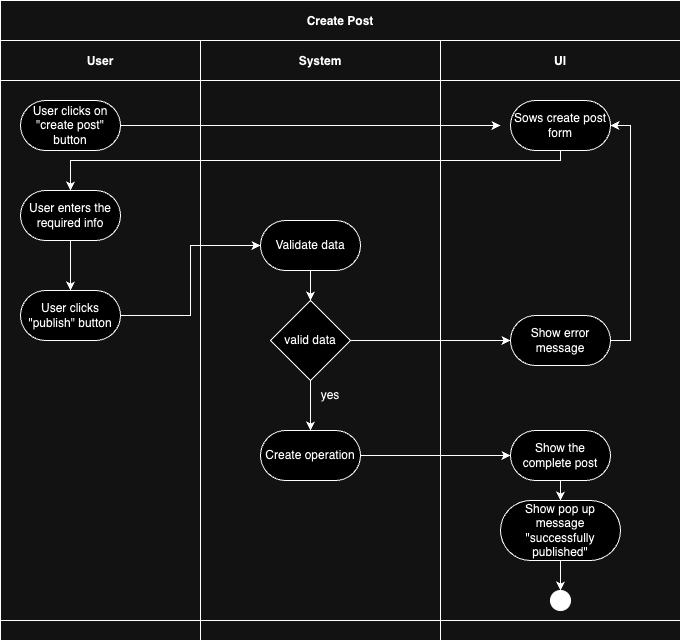
The draw.io diagram Assets/Create post drawio.drawio.png in millisom/GluGuide, before a commit. Source tidied: cells renumbered, new cells last; positions are measured from the earlier drawing's top-left corner, leaving out a move shared by most shapes.
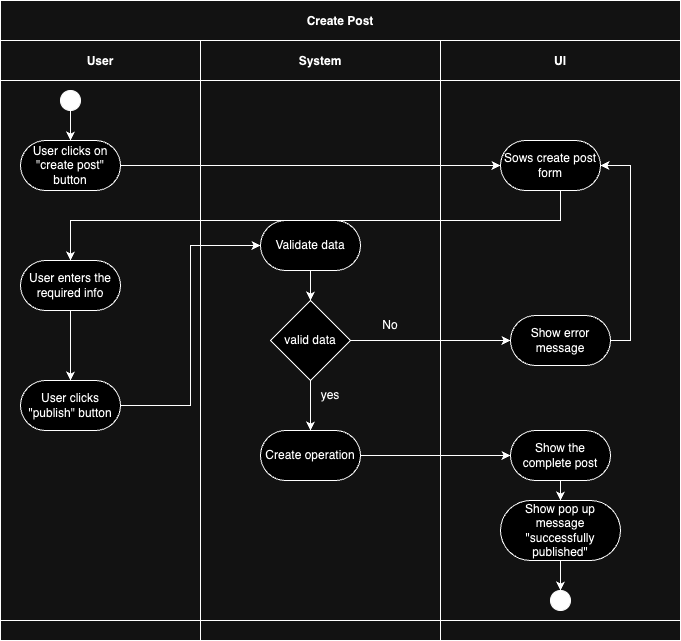
The same file after the commit.

The edit, as a diff of the source:
```diff
@@ -12,17 +12,23 @@
       <mxGeometry width="200" height="580" as="geometry" />
     </mxCell>
     <mxCell id="5" value="User clicks on &quot;create post&quot; button" style="rounded=1;whiteSpace=wrap;html=1;arcSize=50;" parent="4" vertex="1">
-      <mxGeometry x="20" y="60" width="100" height="50" as="geometry" />
+      <mxGeometry x="20" y="100" width="100" height="50" as="geometry" />
     </mxCell>
     <mxCell id="6" style="edgeStyle=orthogonalEdgeStyle;rounded=0;jettySize=auto;html=1;" parent="4" edge="1" source="7" target="8">
       <mxGeometry relative="1" as="geometry" />
     </mxCell>
     <mxCell id="7" value="User enters the required info" style="rounded=1;whiteSpace=wrap;html=1;arcSize=50;" parent="4" vertex="1">
-      <mxGeometry x="20" y="150" width="100" height="50" as="geometry" />
+      <mxGeometry x="20" y="220" width="100" height="50" as="geometry" />
     </mxCell>
     <mxCell id="8" value="User clicks &quot;publish&quot; button" style="rounded=1;whiteSpace=wrap;html=1;arcSize=50;" parent="4" vertex="1">
-      <mxGeometry x="20" y="250" width="100" height="50" as="geometry" />
+      <mxGeometry x="20" y="340" width="100" height="50" as="geometry" />
     </mxCell>
+    <mxCell id="34" style="edgeStyle=orthogonalEdgeStyle;rounded=0;jettySize=auto;html=1;exitX=0.5;exitY=1;exitDx=0;exitDy=0;entryX=0.5;entryY=0;entryDx=0;entryDy=0;" parent="4" edge="1" source="35" target="5">
+      <mxGeometry relative="1" as="geometry" />
+    </mxCell>
+    <mxCell id="35" style="ellipse;whiteSpace=wrap;html=1;fillColor=#000000;" parent="4" vertex="1">
+      <mxGeometry x="60" y="50" width="20" height="20" as="geometry" />
+    </mxCell>
     <mxCell id="9" value="System" style="swimlane;swimlaneHead=0;swimlaneBody=0;fillColor=none;startSize=40;fontStyle=1;" parent="3" vertex="1">
       <mxGeometry x="200" width="240" height="580" as="geometry" />
     </mxCell>
@@ -44,11 +50,14 @@
     <mxCell id="15" value="yes" style="text;html=1;align=center;verticalAlign=middle;whiteSpace=wrap;rounded=0;" parent="9" vertex="1">
       <mxGeometry x="100" y="340" width="60" height="30" as="geometry" />
     </mxCell>
+    <mxCell id="36" value="No" style="text;html=1;align=center;verticalAlign=middle;whiteSpace=wrap;rounded=0;" parent="9" vertex="1">
+      <mxGeometry x="160" y="270" width="60" height="30" as="geometry" />
+    </mxCell>
     <mxCell id="16" value="UI" style="swimlane;swimlaneHead=0;swimlaneBody=0;fillColor=none;startSize=40;fontStyle=1;" parent="3" vertex="1">
       <mxGeometry x="440" width="240" height="580" as="geometry" />
     </mxCell>
     <mxCell id="17" value="Sows create post form" style="rounded=1;whiteSpace=wrap;html=1;arcSize=50;" parent="16" vertex="1">
-      <mxGeometry x="70" y="60" width="100" height="50" as="geometry" />
+      <mxGeometry x="60" y="100" width="100" height="50" as="geometry" />
     </mxCell>
     <mxCell id="18" style="edgeStyle=orthogonalEdgeStyle;rounded=0;jettySize=auto;html=1;exitX=1;exitY=0.5;exitDx=0;exitDy=0;entryX=1;entryY=0.5;entryDx=0;entryDy=0;" parent="16" edge="1" source="19" target="17">
       <mxGeometry relative="1" as="geometry" />
@@ -71,16 +80,11 @@
     <mxCell id="24" style="ellipse;whiteSpace=wrap;html=1;fillColor=#000000;" parent="16" vertex="1">
       <mxGeometry x="110" y="550" width="20" height="20" as="geometry" />
     </mxCell>
-    <mxCell id="25" style="edgeStyle=orthogonalEdgeStyle;rounded=0;jettySize=auto;html=1;entryX=0;entryY=0.5;entryDx=0;entryDy=0;" parent="3" edge="1" source="5">
-      <mxGeometry relative="1" as="geometry">
-        <mxPoint x="500" y="85" as="targetPoint" />
-      </mxGeometry>
-    </mxCell>
     <mxCell id="26" style="edgeStyle=orthogonalEdgeStyle;rounded=0;jettySize=auto;html=1;" parent="3" edge="1" source="17" target="7">
       <mxGeometry relative="1" as="geometry">
         <Array as="points">
-          <mxPoint x="560" y="120" />
-          <mxPoint x="70" y="120" />
+          <mxPoint x="560" y="180" />
+          <mxPoint x="70" y="180" />
         </Array>
       </mxGeometry>
     </mxCell>
@@ -93,6 +97,9 @@
     <mxCell id="29" style="edgeStyle=orthogonalEdgeStyle;rounded=0;jettySize=auto;html=1;entryX=0;entryY=0.5;entryDx=0;entryDy=0;" parent="3" edge="1" source="14" target="21">
       <mxGeometry relative="1" as="geometry" />
     </mxCell>
+    <mxCell id="37" style="edgeStyle=orthogonalEdgeStyle;rounded=0;jettySize=auto;html=1;exitX=1;exitY=0.5;exitDx=0;exitDy=0;entryX=0;entryY=0.5;entryDx=0;entryDy=0;" parent="3" edge="1" source="5" target="17">
+      <mxGeometry relative="1" as="geometry" />
+    </mxCell>
     <mxCell id="30" style="shape=tableRow;horizontal=0;swimlaneHead=0;swimlaneBody=0;top=0;left=0;bottom=0;right=0;fillColor=none;startSize=0;fontStyle=1;" parent="2" vertex="1">
       <mxGeometry y="620" width="680" height="20" as="geometry" />
     </mxCell>
```
